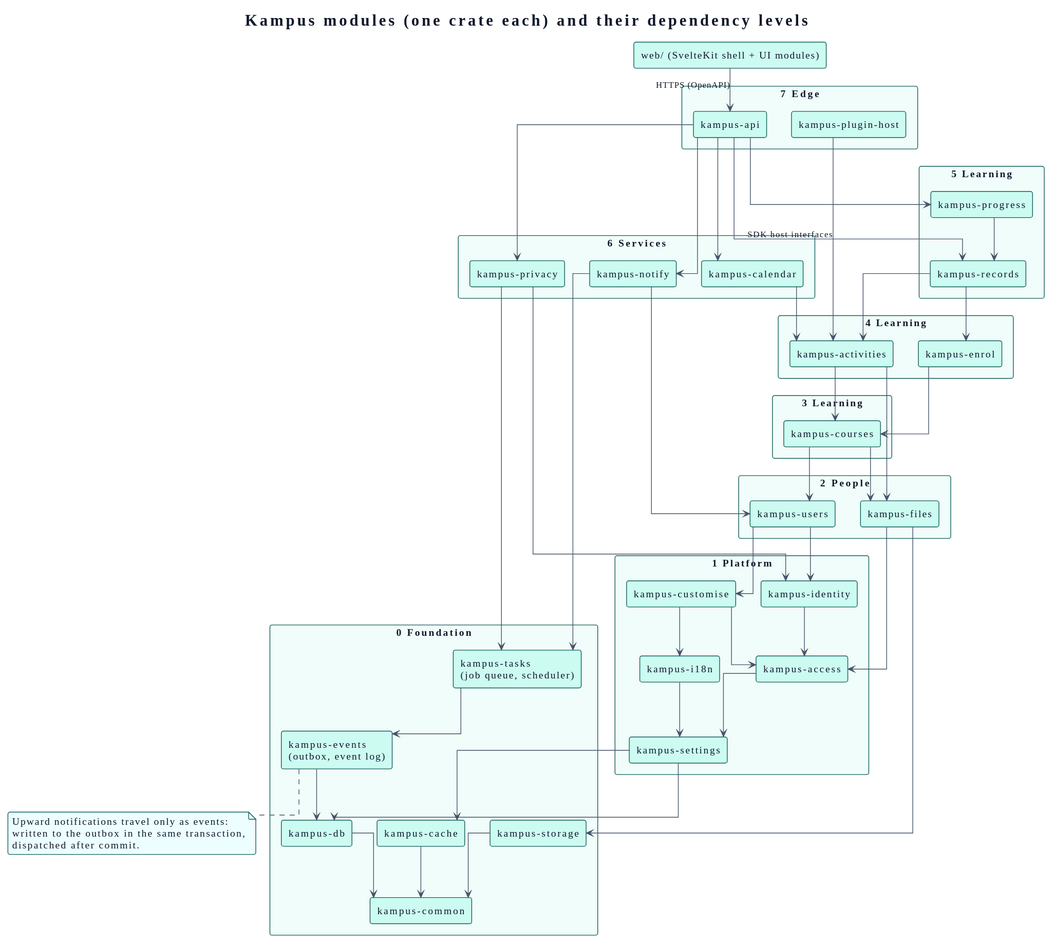
Above: docs/03-design/components/components.svg in didactika/kampus (PlantUML), before the change.
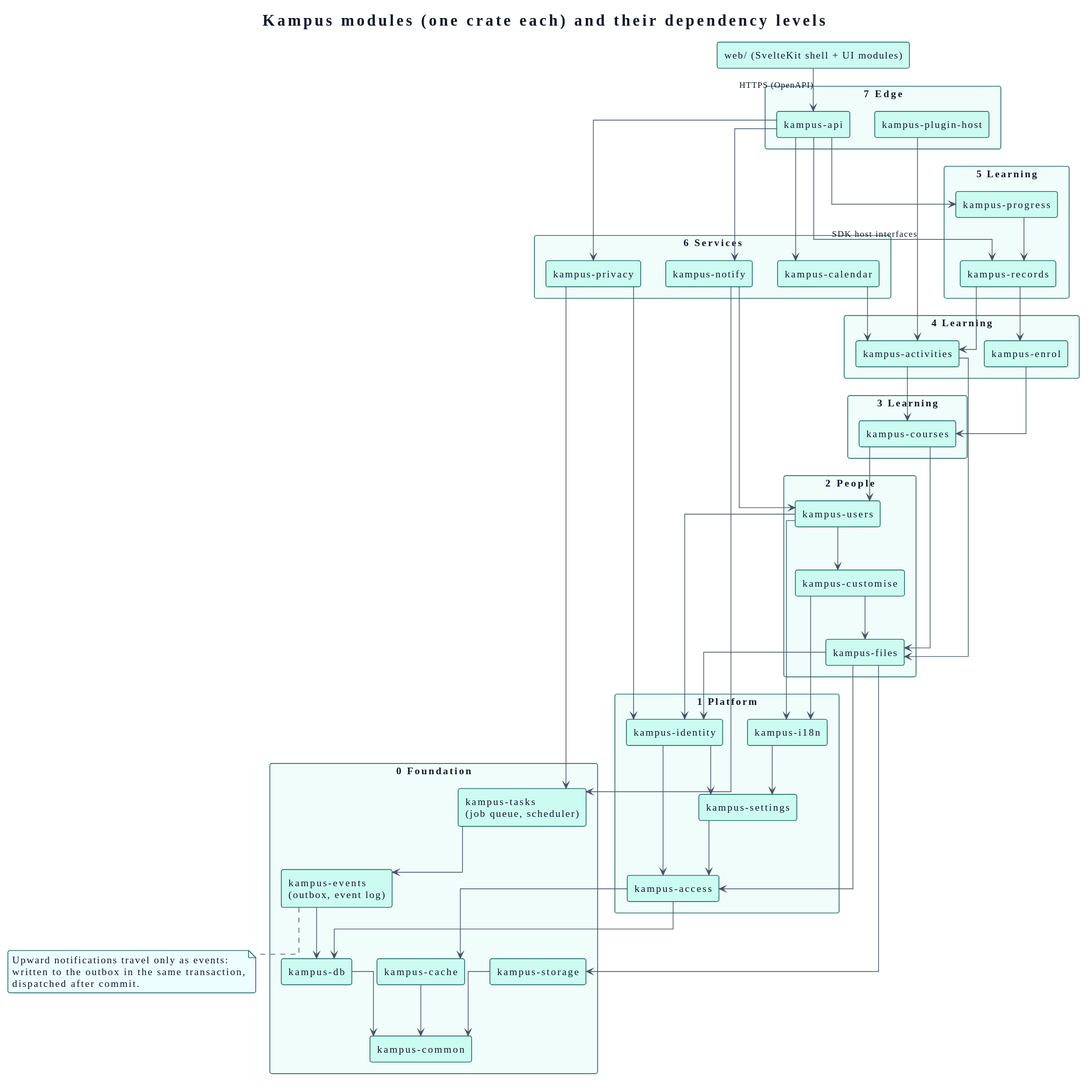
The same diagram one commit later.

The edit, as a diff of the source:
```diff
@@ -136,16 +136,16 @@
 }
 
 package "2 People" {
+  component "kampus-files" as files
+  component "kampus-customise" as customise
   component "kampus-users" as users
-  component "kampus-files" as files
 }
 
 package "1 Platform" {
+  component "kampus-access" as access
   component "kampus-settings" as settings
+  component "kampus-identity" as identity
   component "kampus-i18n" as i18n
-  component "kampus-access" as access
-  component "kampus-identity" as identity
-  component "kampus-customise" as customise
 }
 
 package "0 Foundation" {
@@ -182,12 +182,15 @@
 files --> storage
 files --> access
 identity --> access
-customise --> access
 customise --> i18n
+customise --> files
+users --> i18n
+files --> identity
+identity --> settings
 i18n --> settings
-access --> settings
-settings --> cache
-settings --> db
+settings --> access
+access --> cache
+access --> db
 tasks --> events
 events --> db
 db --> common
```
